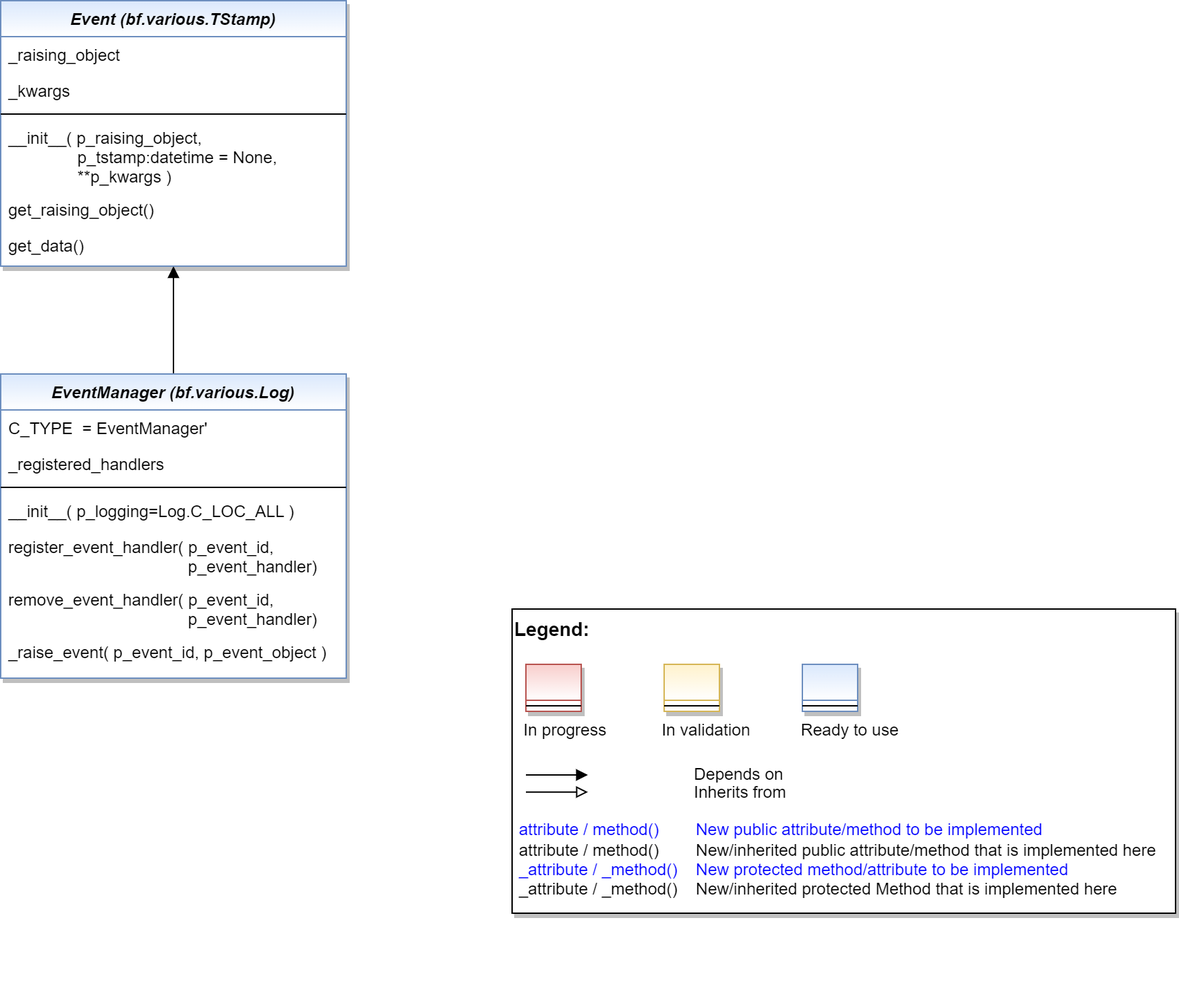
fhswf/MLPro keeps this draw.io diagram as doc/rtd/content/99_appendices/appendix2/sub/mlpro_bf/layer1_computation/images/MLPro-BF-Events_class_diagram.drawio.png. Above is the earlier version. Source tidied: cells renumbered, new cells last; positions are measured from the earlier drawing's top-left corner, leaving out a move shared by most shapes.
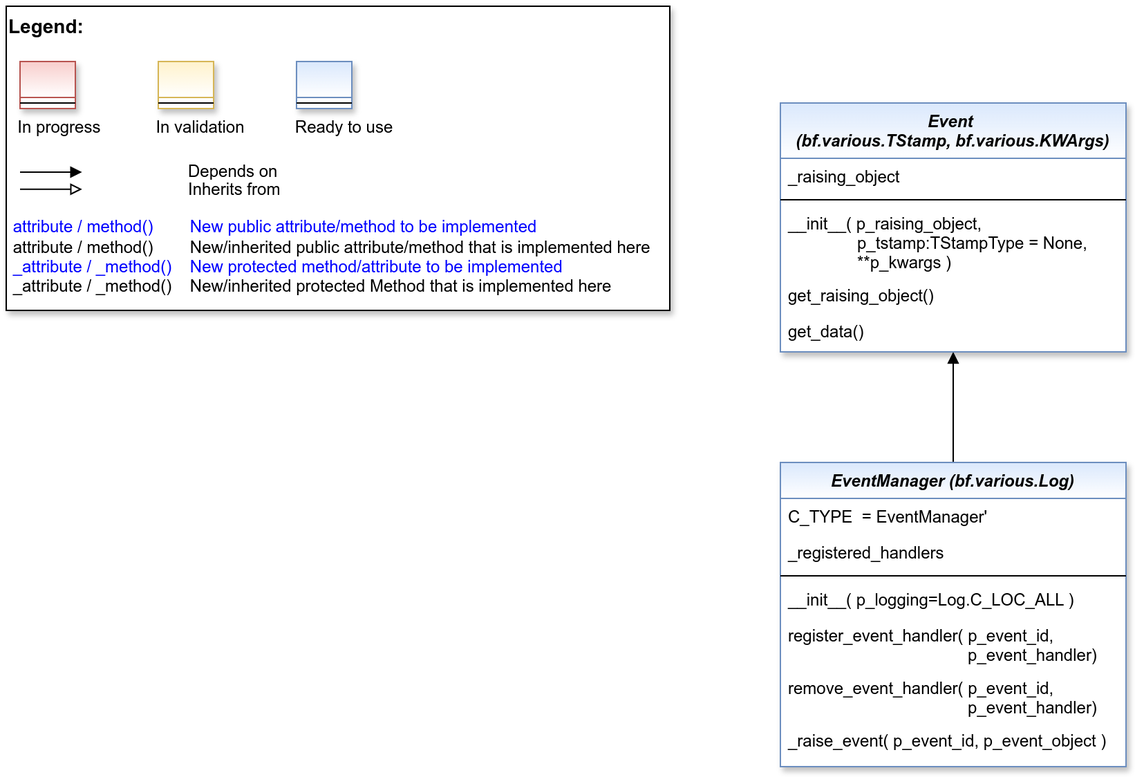
The same diagram one commit later.

Commit message:
BF/OA: Extended adaptation event management #1194

The edit, as a diff of the source:
```diff
@@ -1,11 +1,11 @@
 <mxGraphModel>
   <root>
-    <mxCell id="0" />
-    <mxCell id="1" parent="0" />
-    <mxCell id="2" style="edgeStyle=orthogonalEdgeStyle;rounded=0;jettySize=auto;html=1;entryX=0.5;entryY=1;entryDx=0;entryDy=0;endArrow=block;endFill=1;" parent="1" edge="1" source="3" target="11">
-      <mxGeometry relative="1" as="geometry" />
-    </mxCell>
+    <mxCell id="28" />
+    <mxCell id="29" parent="28" />
+    <mxCell id="30" style="edgeStyle=orthogonalEdgeStyle;rounded=0;jettySize=auto;html=1;entryX=0.5;entryY=1;entryDx=0;entryDy=0;endArrow=block;endFill=1;" parent="29" edge="1" source="3" target="32">
+      <mxGeometry relative="1" as="geometry" />
+    </mxCell>
-    <mxCell id="3" value="EventManager (bf.various.Log)" style="swimlane;fontStyle=3;align=center;verticalAlign=top;horizontal=1;startSize=26;rounded=0;shadow=1;strokeWidth=1;fillColor=#dae8fc;strokeColor=#6c8ebf;swimlaneFillColor=#ffffff;gradientColor=#ffffff;" parent="1" vertex="1">
+    <mxCell id="3" value="EventManager (bf.various.Log)" style="swimlane;fontStyle=3;align=center;verticalAlign=top;horizontal=1;startSize=26;rounded=0;shadow=1;strokeWidth=1;fillColor=#dae8fc;strokeColor=#6c8ebf;swimlaneFillColor=#ffffff;gradientColor=#ffffff;" parent="29" vertex="1">
       <mxGeometry y="270" width="250" height="220" as="geometry" />
     </mxCell>
     <mxCell id="4" value="C_TYPE  = EventManager'" style="text;align=left;verticalAlign=top;spacingLeft=4;spacingRight=4;overflow=hidden;" parent="3" vertex="1">
@@ -14,9 +14,9 @@
     <mxCell id="5" value="_registered_handlers" style="text;align=left;verticalAlign=top;spacingLeft=4;spacingRight=4;overflow=hidden;" parent="3" vertex="1">
       <mxGeometry y="52" width="250" height="26" as="geometry" />
     </mxCell>
-    <mxCell id="6" style="line;html=1;strokeWidth=1;align=left;verticalAlign=middle;spacingTop=-1;spacingLeft=3;spacingRight=3;labelPosition=right;" parent="3" vertex="1">
-      <mxGeometry y="78" width="250" height="8" as="geometry" />
-    </mxCell>
+    <mxCell id="31" style="line;html=1;strokeWidth=1;align=left;verticalAlign=middle;spacingTop=-1;spacingLeft=3;spacingRight=3;labelPosition=right;" parent="3" vertex="1">
+      <mxGeometry y="78" width="250" height="8" as="geometry" />
+    </mxCell>
     <mxCell id="7" value="__init__( p_logging=Log.C_LOC_ALL )" style="text;align=left;verticalAlign=top;spacingLeft=4;spacingRight=4;overflow=hidden;" parent="3" vertex="1">
       <mxGeometry y="86" width="250" height="26" as="geometry" />
     </mxCell>
@@ -29,34 +29,31 @@
     <mxCell id="10" value="_raise_event( p_event_id, p_event_object )" style="text;align=left;verticalAlign=top;spacingLeft=4;spacingRight=4;overflow=hidden;fontColor=default;" parent="3" vertex="1">
       <mxGeometry y="188" width="250" height="32" as="geometry" />
     </mxCell>
-    <mxCell id="11" value="Event (bf.various.TStamp)" style="swimlane;fontStyle=3;align=center;verticalAlign=top;horizontal=1;startSize=26;rounded=0;shadow=1;strokeWidth=1;fillColor=#dae8fc;strokeColor=#6c8ebf;glass=0;swimlaneFillColor=#ffffff;gradientColor=#ffffff;" parent="1" vertex="1">
-      <mxGeometry width="250" height="192" as="geometry" />
-    </mxCell>
+    <mxCell id="32" value="Event &#10;(bf.various.TStamp, bf.various.KWArgs)" style="swimlane;fontStyle=3;align=center;verticalAlign=top;horizontal=1;startSize=40;rounded=0;shadow=1;strokeWidth=1;fillColor=#dae8fc;strokeColor=#6c8ebf;glass=0;swimlaneFillColor=#ffffff;gradientColor=#ffffff;" parent="29" vertex="1">
+      <mxGeometry y="10" width="250" height="180" as="geometry" />
+    </mxCell>
-    <mxCell id="12" value="_raising_object" style="text;align=left;verticalAlign=top;spacingLeft=4;spacingRight=4;overflow=hidden;" parent="11" vertex="1">
-      <mxGeometry y="26" width="250" height="26" as="geometry" />
+    <mxCell id="12" value="_raising_object" style="text;align=left;verticalAlign=top;spacingLeft=4;spacingRight=4;overflow=hidden;" parent="32" vertex="1">
+      <mxGeometry y="40" width="250" height="26" as="geometry" />
     </mxCell>
-    <mxCell id="13" value="_kwargs" style="text;align=left;verticalAlign=top;spacingLeft=4;spacingRight=4;overflow=hidden;" parent="11" vertex="1">
-      <mxGeometry y="52" width="250" height="26" as="geometry" />
-    </mxCell>
-    <mxCell id="14" style="line;html=1;strokeWidth=1;align=left;verticalAlign=middle;spacingTop=-1;spacingLeft=3;spacingRight=3;labelPosition=right;" parent="11" vertex="1">
-      <mxGeometry y="78" width="250" height="8" as="geometry" />
-    </mxCell>
-    <mxCell id="15" value="__init__( p_raising_object, &#10;               p_tstamp:datetime = None, &#10;               **p_kwargs )" style="text;align=left;verticalAlign=top;spacingLeft=4;spacingRight=4;overflow=hidden;" parent="11" vertex="1">
-      <mxGeometry y="86" width="250" height="52" as="geometry" />
-    </mxCell>
+    <mxCell id="33" style="line;html=1;strokeWidth=1;align=left;verticalAlign=middle;spacingTop=-1;spacingLeft=3;spacingRight=3;labelPosition=right;" parent="32" vertex="1">
+      <mxGeometry y="66" width="250" height="8" as="geometry" />
+    </mxCell>
+    <mxCell id="34" value="__init__( p_raising_object, &#10;               p_tstamp:TStampType = None, &#10;               **p_kwargs )" style="text;align=left;verticalAlign=top;spacingLeft=4;spacingRight=4;overflow=hidden;" parent="32" vertex="1">
+      <mxGeometry y="74" width="250" height="52" as="geometry" />
+    </mxCell>
-    <mxCell id="16" value="get_raising_object()" style="text;align=left;verticalAlign=top;spacingLeft=4;spacingRight=4;overflow=hidden;fontColor=default;" parent="11" vertex="1">
-      <mxGeometry y="138" width="250" height="26" as="geometry" />
+    <mxCell id="16" value="get_raising_object()" style="text;align=left;verticalAlign=top;spacingLeft=4;spacingRight=4;overflow=hidden;fontColor=default;" parent="32" vertex="1">
+      <mxGeometry y="126" width="250" height="26" as="geometry" />
     </mxCell>
-    <mxCell id="17" value="get_data()" style="text;align=left;verticalAlign=top;spacingLeft=4;spacingRight=4;overflow=hidden;fontColor=default;" parent="11" vertex="1">
-      <mxGeometry y="164" width="250" height="26" as="geometry" />
+    <mxCell id="17" value="get_data()" style="text;align=left;verticalAlign=top;spacingLeft=4;spacingRight=4;overflow=hidden;fontColor=default;" parent="32" vertex="1">
+      <mxGeometry y="152" width="250" height="26" as="geometry" />
     </mxCell>
-    <mxCell id="18" style="group;" parent="1" vertex="1">
-      <mxGeometry x="370" y="440" width="480" height="220" as="geometry" />
-    </mxCell>
+    <mxCell id="35" style="group;" parent="29" vertex="1">
+      <mxGeometry x="-560" y="-60" width="480" height="220" as="geometry" />
+    </mxCell>
-    <mxCell id="19" value="&lt;font color=&quot;#000000&quot; size=&quot;1&quot;&gt;&lt;b style=&quot;font-size: 14px&quot;&gt;Legend:&lt;br&gt;&lt;/b&gt;&lt;/font&gt;&lt;br&gt;&lt;br&gt;&lt;br&gt;&lt;font color=&quot;#0000ff&quot; style=&quot;font-size: 6px&quot;&gt;&lt;br&gt;&lt;/font&gt;&lt;span style=&quot;color: rgb(0 , 0 , 0)&quot;&gt;&lt;font style=&quot;font-size: 4px&quot;&gt;&amp;nbsp; &amp;nbsp;&lt;/font&gt;&amp;nbsp;In progress&amp;nbsp; &amp;nbsp; &amp;nbsp; &amp;nbsp; &amp;nbsp; &amp;nbsp; In validation&amp;nbsp; &amp;nbsp; &amp;nbsp; &amp;nbsp; &amp;nbsp; &amp;nbsp;Ready to use&lt;/span&gt;&lt;font color=&quot;#000000&quot;&gt;&amp;nbsp;&lt;br&gt;&lt;/font&gt;&lt;font color=&quot;#0000ff&quot;&gt;&lt;br&gt;&lt;br&gt;&lt;br&gt;&lt;br&gt;&amp;nbsp;attribute / method()&amp;nbsp; &amp;nbsp; &amp;nbsp; &amp;nbsp; New public attribute/method to be implemented&lt;/font&gt;&lt;br&gt;&lt;font color=&quot;#000000&quot;&gt;&amp;nbsp;&lt;/font&gt;&lt;font color=&quot;#000000&quot;&gt;attribute / method()&lt;span&gt;&#9;&lt;/span&gt;&amp;nbsp; &amp;nbsp; &amp;nbsp; &amp;nbsp;New/inherited public attribute/method that is implemented here&lt;br&gt;&lt;/font&gt;&lt;font color=&quot;#0000ff&quot;&gt;&amp;nbsp;_attribute /&amp;nbsp;&lt;/font&gt;&lt;font color=&quot;#0000ff&quot;&gt;_method()&amp;nbsp; &amp;nbsp; New protected method/attribute to be implemented&lt;/font&gt;&lt;br&gt;&lt;font color=&quot;#000000&quot;&gt;&amp;nbsp;_attribute / _method()&amp;nbsp; &amp;nbsp; New/inherited protected Method that is implemented here&lt;br&gt;&lt;/font&gt;&lt;font color=&quot;#000000&quot;&gt;&lt;br&gt;&lt;br&gt;&lt;br&gt;&lt;br&gt;&lt;br&gt;&lt;/font&gt;" style="text;html=1;align=left;verticalAlign=top;whiteSpace=wrap;rounded=0;fontColor=#006600;strokeColor=#000000;shadow=1;fillColor=#ffffff;" parent="18" vertex="1">
+    <mxCell id="19" value="&lt;font color=&quot;#000000&quot; size=&quot;1&quot;&gt;&lt;b style=&quot;font-size: 14px&quot;&gt;Legend:&lt;br&gt;&lt;/b&gt;&lt;/font&gt;&lt;br&gt;&lt;br&gt;&lt;br&gt;&lt;font color=&quot;#0000ff&quot; style=&quot;font-size: 6px&quot;&gt;&lt;br&gt;&lt;/font&gt;&lt;span style=&quot;color: rgb(0 , 0 , 0)&quot;&gt;&lt;font style=&quot;font-size: 4px&quot;&gt;&amp;nbsp; &amp;nbsp;&lt;/font&gt;&amp;nbsp;In progress&amp;nbsp; &amp;nbsp; &amp;nbsp; &amp;nbsp; &amp;nbsp; &amp;nbsp; In validation&amp;nbsp; &amp;nbsp; &amp;nbsp; &amp;nbsp; &amp;nbsp; &amp;nbsp;Ready to use&lt;/span&gt;&lt;font color=&quot;#000000&quot;&gt;&amp;nbsp;&lt;br&gt;&lt;/font&gt;&lt;font color=&quot;#0000ff&quot;&gt;&lt;br&gt;&lt;br&gt;&lt;br&gt;&lt;br&gt;&amp;nbsp;attribute / method()&amp;nbsp; &amp;nbsp; &amp;nbsp; &amp;nbsp; New public attribute/method to be implemented&lt;/font&gt;&lt;br&gt;&lt;font color=&quot;#000000&quot;&gt;&amp;nbsp;&lt;/font&gt;&lt;font color=&quot;#000000&quot;&gt;attribute / method()&lt;span&gt;&#9;&lt;/span&gt;&amp;nbsp; &amp;nbsp; &amp;nbsp; &amp;nbsp;New/inherited public attribute/method that is implemented here&lt;br&gt;&lt;/font&gt;&lt;font color=&quot;#0000ff&quot;&gt;&amp;nbsp;_attribute /&amp;nbsp;&lt;/font&gt;&lt;font color=&quot;#0000ff&quot;&gt;_method()&amp;nbsp; &amp;nbsp; New protected method/attribute to be implemented&lt;/font&gt;&lt;br&gt;&lt;font color=&quot;#000000&quot;&gt;&amp;nbsp;_attribute / _method()&amp;nbsp; &amp;nbsp; New/inherited protected Method that is implemented here&lt;br&gt;&lt;/font&gt;&lt;font color=&quot;#000000&quot;&gt;&lt;br&gt;&lt;br&gt;&lt;br&gt;&lt;br&gt;&lt;br&gt;&lt;/font&gt;" style="text;html=1;align=left;verticalAlign=top;whiteSpace=wrap;rounded=0;fontColor=#006600;strokeColor=#000000;shadow=1;fillColor=#ffffff;" parent="35" vertex="1">
       <mxGeometry width="480" height="220" as="geometry" />
     </mxCell>
-    <mxCell id="20" value="Depends on" style="endArrow=block;html=1;labelPosition=right;verticalLabelPosition=middle;align=left;verticalAlign=middle;endFill=1;fontSize=12;" parent="18" edge="1">
+    <mxCell id="20" value="Depends on" style="endArrow=block;html=1;labelPosition=right;verticalLabelPosition=middle;align=left;verticalAlign=middle;endFill=1;fontSize=12;" parent="35" edge="1">
       <mxGeometry x="-1590" y="-2180" as="geometry">
         <mxPoint x="10" y="120" as="sourcePoint" />
         <mxPoint x="54.8" y="120" as="targetPoint" />
@@ -66,30 +63,30 @@
         <mxPoint x="98" as="offset" />
       </mxGeometry>
     </mxCell>
-    <mxCell id="21" value="Inherits from" style="endArrow=block;html=1;labelPosition=right;verticalLabelPosition=middle;align=left;verticalAlign=middle;endFill=0;fontSize=12;" parent="18" edge="1">
+    <mxCell id="21" value="Inherits from" style="endArrow=block;html=1;labelPosition=right;verticalLabelPosition=middle;align=left;verticalAlign=middle;endFill=0;fontSize=12;" parent="35" edge="1">
       <mxGeometry x="-1590" y="-2180" as="geometry">
         <mxPoint x="10" y="132.4" as="sourcePoint" />
         <mxPoint x="54.8" y="132.4" as="targetPoint" />
         <mxPoint x="98" y="1" as="offset" />
       </mxGeometry>
     </mxCell>
-    <mxCell id="22" style="swimlane;fontStyle=3;align=center;verticalAlign=top;horizontal=1;startSize=26;rounded=0;shadow=1;strokeWidth=1;fillColor=#f8cecc;strokeColor=#b85450;gradientColor=#ffffff;swimlaneFillColor=#ffffff;" parent="18" vertex="1">
+    <mxCell id="22" style="swimlane;fontStyle=3;align=center;verticalAlign=top;horizontal=1;startSize=26;rounded=0;shadow=1;strokeWidth=1;fillColor=#f8cecc;strokeColor=#b85450;gradientColor=#ffffff;swimlaneFillColor=#ffffff;" parent="35" vertex="1">
       <mxGeometry x="10" y="40" width="40" height="34" as="geometry" />
     </mxCell>
-    <mxCell id="23" style="line;html=1;strokeWidth=1;align=left;verticalAlign=middle;spacingTop=-1;spacingLeft=3;spacingRight=3;labelPosition=right;" parent="22" vertex="1">
-      <mxGeometry y="26" width="40" height="8" as="geometry" />
-    </mxCell>
+    <mxCell id="36" style="line;html=1;strokeWidth=1;align=left;verticalAlign=middle;spacingTop=-1;spacingLeft=3;spacingRight=3;labelPosition=right;" parent="22" vertex="1">
+      <mxGeometry y="26" width="40" height="8" as="geometry" />
+    </mxCell>
-    <mxCell id="24" style="swimlane;fontStyle=3;align=center;verticalAlign=top;horizontal=1;startSize=26;rounded=0;shadow=1;strokeWidth=1;fillColor=#fff2cc;strokeColor=#d6b656;gradientColor=#ffffff;swimlaneFillColor=#ffffff;" parent="18" vertex="1">
+    <mxCell id="24" style="swimlane;fontStyle=3;align=center;verticalAlign=top;horizontal=1;startSize=26;rounded=0;shadow=1;strokeWidth=1;fillColor=#fff2cc;strokeColor=#d6b656;gradientColor=#ffffff;swimlaneFillColor=#ffffff;" parent="35" vertex="1">
       <mxGeometry x="110" y="40" width="40" height="34" as="geometry" />
     </mxCell>
-    <mxCell id="25" style="line;html=1;strokeWidth=1;align=left;verticalAlign=middle;spacingTop=-1;spacingLeft=3;spacingRight=3;labelPosition=right;" parent="24" vertex="1">
-      <mxGeometry y="26" width="40" height="8" as="geometry" />
-    </mxCell>
+    <mxCell id="37" style="line;html=1;strokeWidth=1;align=left;verticalAlign=middle;spacingTop=-1;spacingLeft=3;spacingRight=3;labelPosition=right;" parent="24" vertex="1">
+      <mxGeometry y="26" width="40" height="8" as="geometry" />
+    </mxCell>
-    <mxCell id="26" style="swimlane;fontStyle=3;align=center;verticalAlign=top;horizontal=1;startSize=26;rounded=0;shadow=1;strokeWidth=1;fillColor=#dae8fc;strokeColor=#6c8ebf;gradientColor=#ffffff;swimlaneFillColor=#ffffff;" parent="18" vertex="1">
+    <mxCell id="26" style="swimlane;fontStyle=3;align=center;verticalAlign=top;horizontal=1;startSize=26;rounded=0;shadow=1;strokeWidth=1;fillColor=#dae8fc;strokeColor=#6c8ebf;gradientColor=#ffffff;swimlaneFillColor=#ffffff;" parent="35" vertex="1">
       <mxGeometry x="210" y="40" width="40" height="34" as="geometry" />
     </mxCell>
-    <mxCell id="27" style="line;html=1;strokeWidth=1;align=left;verticalAlign=middle;spacingTop=-1;spacingLeft=3;spacingRight=3;labelPosition=right;" parent="26" vertex="1">
-      <mxGeometry y="26" width="40" height="8" as="geometry" />
-    </mxCell>
+    <mxCell id="38" style="line;html=1;strokeWidth=1;align=left;verticalAlign=middle;spacingTop=-1;spacingLeft=3;spacingRight=3;labelPosition=right;" parent="26" vertex="1">
+      <mxGeometry y="26" width="40" height="8" as="geometry" />
+    </mxCell>
   </root>
 </mxGraphModel>
```
